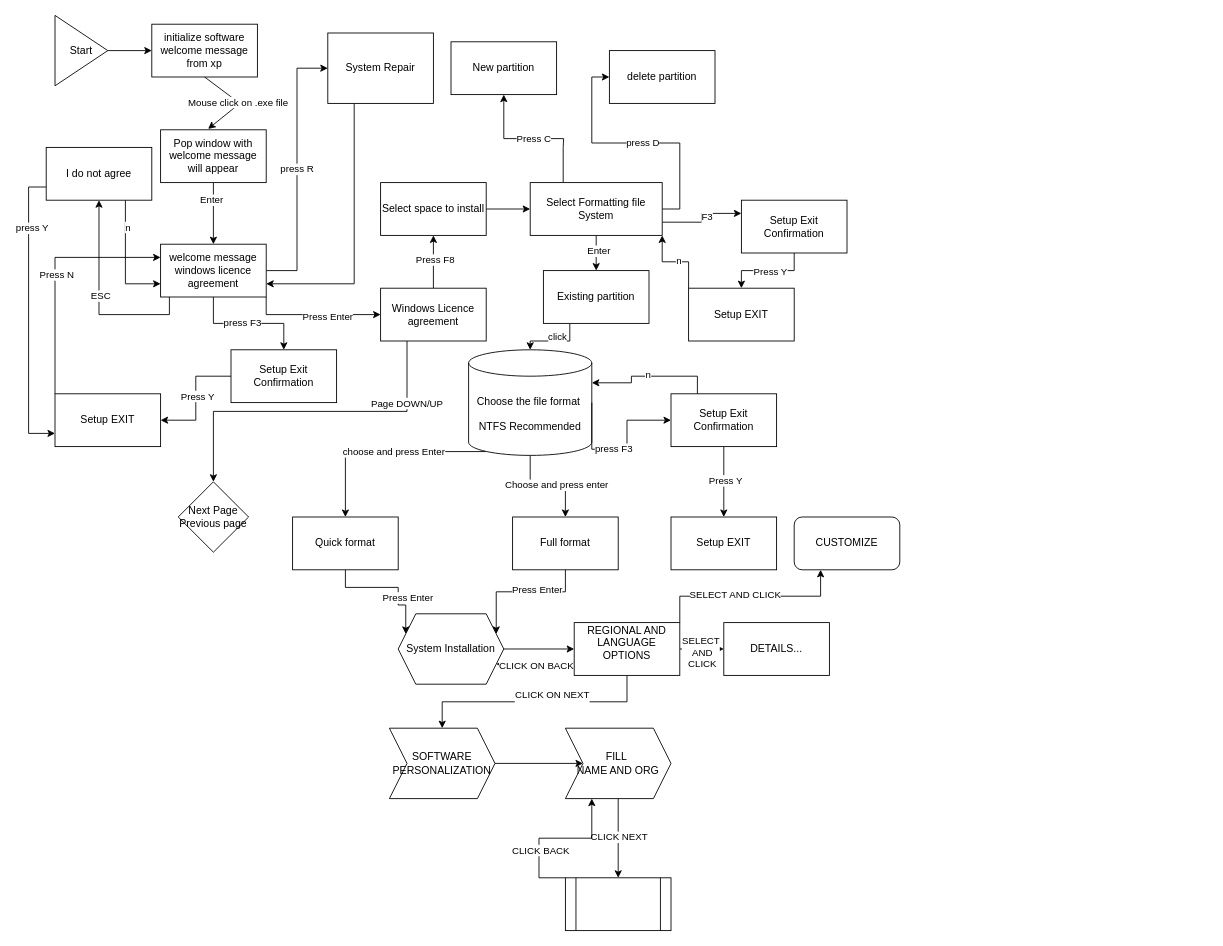
Above: Untitled Diagram.drawio in INDIGOMOOD225/Diagrams (draw.io), before the change. Source tidied: cells renumbered, new cells numbered last; positions are measured from the earlier drawing's top-left corner, leaving out a move shared by most shapes. Both pictures are drawn from the tidied source at 88%, with x=0, y=0 at pixel (46, 15).
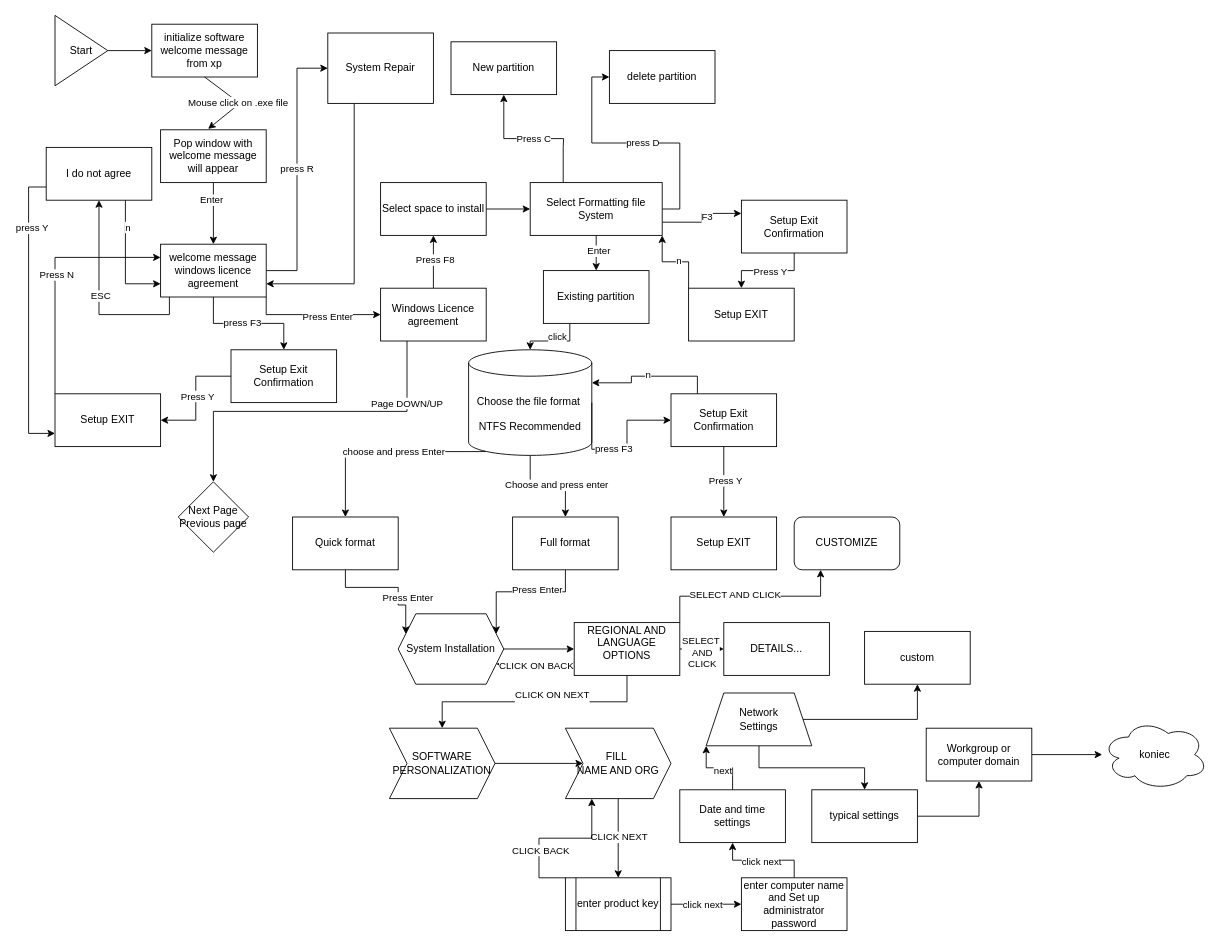
The same diagram, later.

The edit, as a diff of the source:
```diff
@@
+    <mxCell id="98" style="edgeStyle=orthogonalEdgeStyle;rounded=0;jettySize=auto;html=1;" parent="1" edge="1" source="97" target="102">
+      <mxGeometry relative="1" as="geometry" />
+    </mxCell>
+    <mxCell id="99" value="click next" style="edgeLabel;html=1;align=center;verticalAlign=middle;" parent="98" vertex="1">
+      <mxGeometry x="-0.13" relative="1" as="geometry" />
+    </mxCell>
-    <mxCell id="97" style="shape=process;whiteSpace=wrap;html=1;backgroundOutline=1;" parent="1" vertex="1">
+    <mxCell id="97" value="enter product key" style="shape=process;whiteSpace=wrap;html=1;backgroundOutline=1;" parent="1" vertex="1">
       <mxGeometry x="590" y="980" width="120" height="60" as="geometry" />
     </mxCell>
+    <mxCell id="100" style="edgeStyle=orthogonalEdgeStyle;rounded=0;jettySize=auto;html=1;" parent="1" edge="1" source="102" target="105">
+      <mxGeometry relative="1" as="geometry" />
+    </mxCell>
+    <mxCell id="101" value="click next" style="edgeLabel;html=1;align=center;verticalAlign=middle;" parent="100" vertex="1">
+      <mxGeometry x="0.06" y="1" relative="1" as="geometry" />
+    </mxCell>
+    <mxCell id="102" value="enter computer name&lt;br&gt;and Set up administrator password" style="whiteSpace=wrap;html=1;" parent="1" vertex="1">
+      <mxGeometry x="790" y="980" width="120" height="60" as="geometry" />
+    </mxCell>
+    <mxCell id="103" style="edgeStyle=orthogonalEdgeStyle;rounded=0;jettySize=auto;html=1;exitX=0.5;exitY=0;exitDx=0;exitDy=0;entryX=0;entryY=1;entryDx=0;entryDy=0;" parent="1" edge="1" source="105" target="108">
+      <mxGeometry relative="1" as="geometry" />
+    </mxCell>
+    <mxCell id="104" value="next" style="edgeLabel;html=1;align=center;verticalAlign=middle;" parent="103" vertex="1">
+      <mxGeometry x="-0.08" y="2" relative="1" as="geometry" />
+    </mxCell>
+    <mxCell id="105" value="Date and time settings" style="whiteSpace=wrap;html=1;" parent="1" vertex="1">
+      <mxGeometry x="720" y="880" width="120" height="60" as="geometry" />
+    </mxCell>
+    <mxCell id="106" style="edgeStyle=orthogonalEdgeStyle;rounded=0;jettySize=auto;html=1;" parent="1" edge="1" source="108" target="109">
+      <mxGeometry relative="1" as="geometry" />
+    </mxCell>
+    <mxCell id="107" style="edgeStyle=orthogonalEdgeStyle;rounded=0;jettySize=auto;html=1;" parent="1" edge="1" source="108" target="111">
+      <mxGeometry relative="1" as="geometry" />
+    </mxCell>
+    <mxCell id="108" value="Network&lt;br&gt;Settings" style="shape=trapezoid;perimeter=trapezoidPerimeter;whiteSpace=wrap;html=1;fixedSize=1;" parent="1" vertex="1">
+      <mxGeometry x="750" y="770" width="120" height="60" as="geometry" />
+    </mxCell>
+    <mxCell id="109" value="custom" style="whiteSpace=wrap;html=1;" parent="1" vertex="1">
+      <mxGeometry x="930" y="700" width="120" height="60" as="geometry" />
+    </mxCell>
+    <mxCell id="110" style="edgeStyle=orthogonalEdgeStyle;rounded=0;jettySize=auto;html=1;" parent="1" edge="1" source="111" target="113">
+      <mxGeometry relative="1" as="geometry" />
+    </mxCell>
+    <mxCell id="111" value="typical settings" style="whiteSpace=wrap;html=1;" parent="1" vertex="1">
+      <mxGeometry x="870" y="880" width="120" height="60" as="geometry" />
+    </mxCell>
+    <mxCell id="112" style="edgeStyle=orthogonalEdgeStyle;rounded=0;jettySize=auto;html=1;" parent="1" edge="1" source="113" target="114">
+      <mxGeometry relative="1" as="geometry" />
+    </mxCell>
+    <mxCell id="113" value="Workgroup or computer domain" style="whiteSpace=wrap;html=1;" parent="1" vertex="1">
+      <mxGeometry x="1000" y="810" width="120" height="60" as="geometry" />
+    </mxCell>
+    <mxCell id="114" value="koniec" style="ellipse;shape=cloud;whiteSpace=wrap;html=1;" parent="1" vertex="1">
+      <mxGeometry x="1200" y="800" width="120" height="80" as="geometry" />
+    </mxCell>
```
